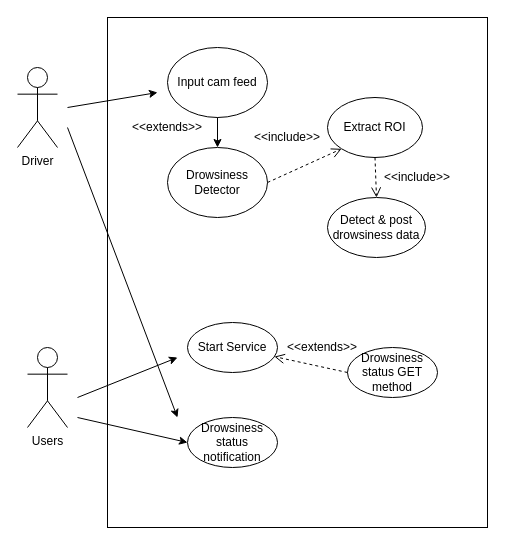
Earlier version of the draw.io diagram UseCAse.drawio (jonamadk/DrawIO). Source tidied: cells renumbered, new cells numbered last; positions are measured from the earlier drawing's top-left corner, leaving out a move shared by most shapes. Both pictures are drawn from the tidied source at 100%, with x=0, y=0 at pixel (17, 17).
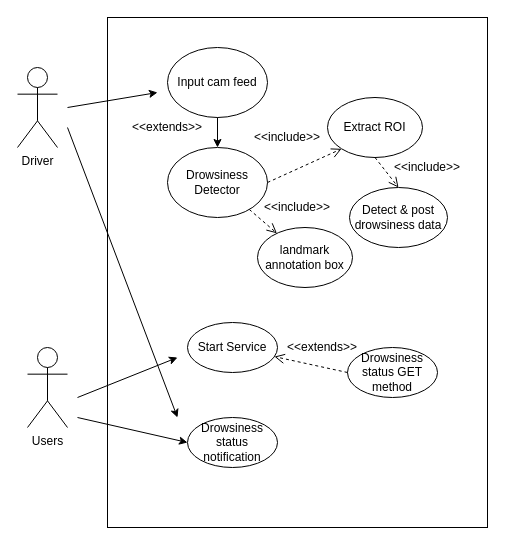
The same page after the edit.

The change refers to these unchanged cells:
```xml
<mxCell id="6" value="Drowsiness Detector" style="ellipse;whiteSpace=wrap;html=1;" parent="1" vertex="1">
  <mxGeometry x="150" y="130" width="100" height="70" as="geometry" />
</mxCell>
```

Diff of the diagram source:
```diff
@@
     <mxCell id="9" value="Detect &amp;amp; post drowsiness data" style="ellipse;whiteSpace=wrap;html=1;" parent="1" vertex="1">
-      <mxGeometry x="310" y="180" width="98" height="60" as="geometry" />
+      <mxGeometry x="332" y="170" width="98" height="60" as="geometry" />
     </mxCell>
@@
     <mxCell id="12" value="&amp;lt;&amp;lt;include&amp;gt;&amp;gt;" style="text;html=1;strokeColor=none;fillColor=none;align=center;verticalAlign=middle;whiteSpace=wrap;rounded=0;sketch=0;" parent="1" vertex="1">
-      <mxGeometry x="380" y="150" width="40" height="20" as="geometry" />
+      <mxGeometry x="390" y="140" width="40" height="20" as="geometry" />
     </mxCell>
@@
+    <mxCell id="24" value="landmark annotation box" style="ellipse;whiteSpace=wrap;html=1;" parent="1" vertex="1">
+      <mxGeometry x="240" y="210" width="95" height="60" as="geometry" />
+    </mxCell>
+    <mxCell id="25" value="&lt;br&gt;" style="html=1;verticalAlign=bottom;endArrow=open;dashed=1;endSize=8;" parent="1" edge="1" source="6" target="24">
+      <mxGeometry relative="1" as="geometry" />
+    </mxCell>
+    <mxCell id="26" value="&amp;lt;&amp;lt;include&amp;gt;&amp;gt;" style="text;html=1;strokeColor=none;fillColor=none;align=center;verticalAlign=middle;whiteSpace=wrap;rounded=0;sketch=0;" parent="1" vertex="1">
+      <mxGeometry x="260" y="180" width="40" height="20" as="geometry" />
+    </mxCell>
```
